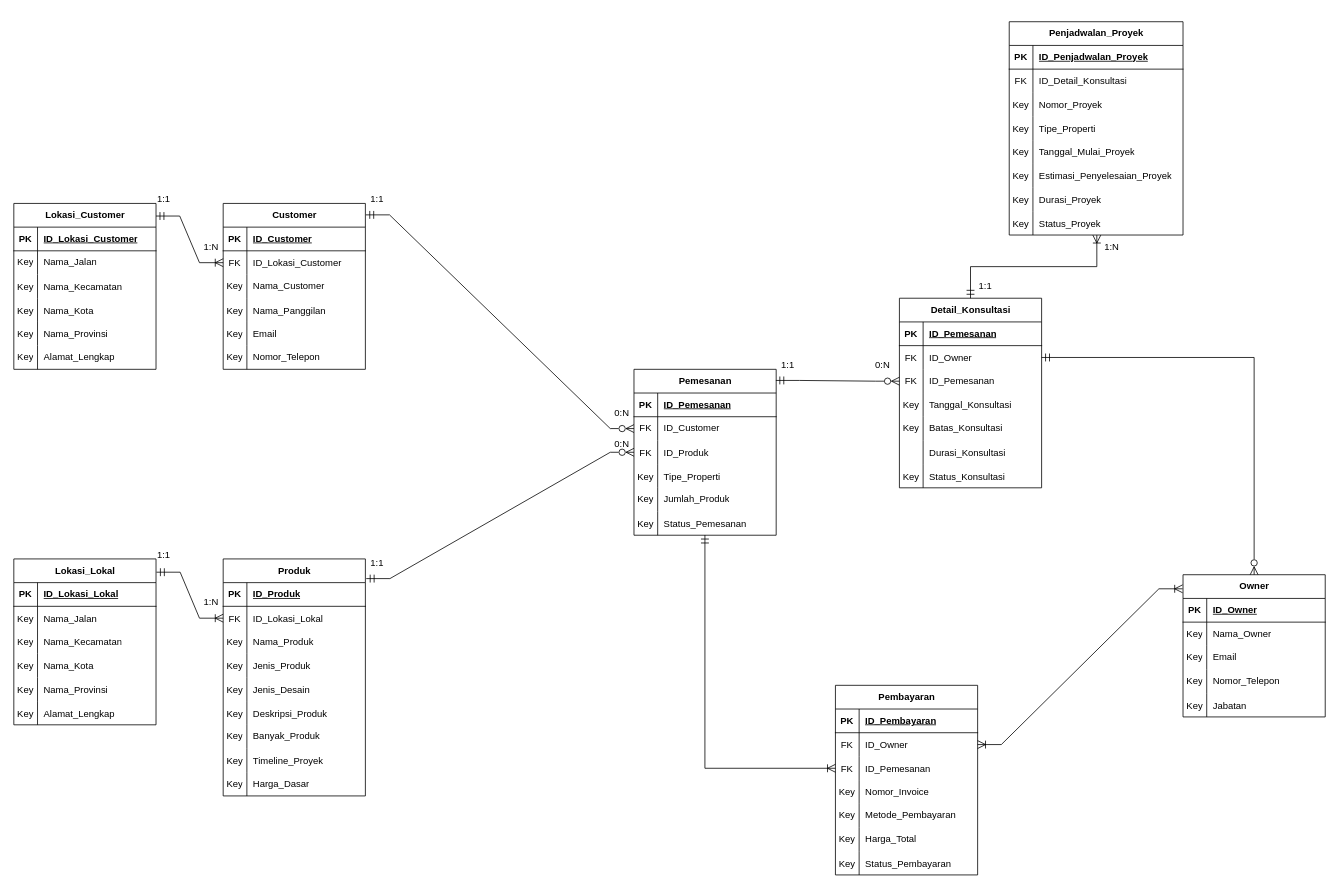
Before: sistem-kitchen-set-interior.drawio in King-Ag-Jv/Project-Atrem, a draw.io diagram. Source tidied: cells renumbered, new cells numbered last; positions are measured from the earlier drawing's top-left corner, leaving out a move shared by most shapes. Both pictures are drawn from the tidied source at 79%, with x=0, y=0 at pixel (13, 21).
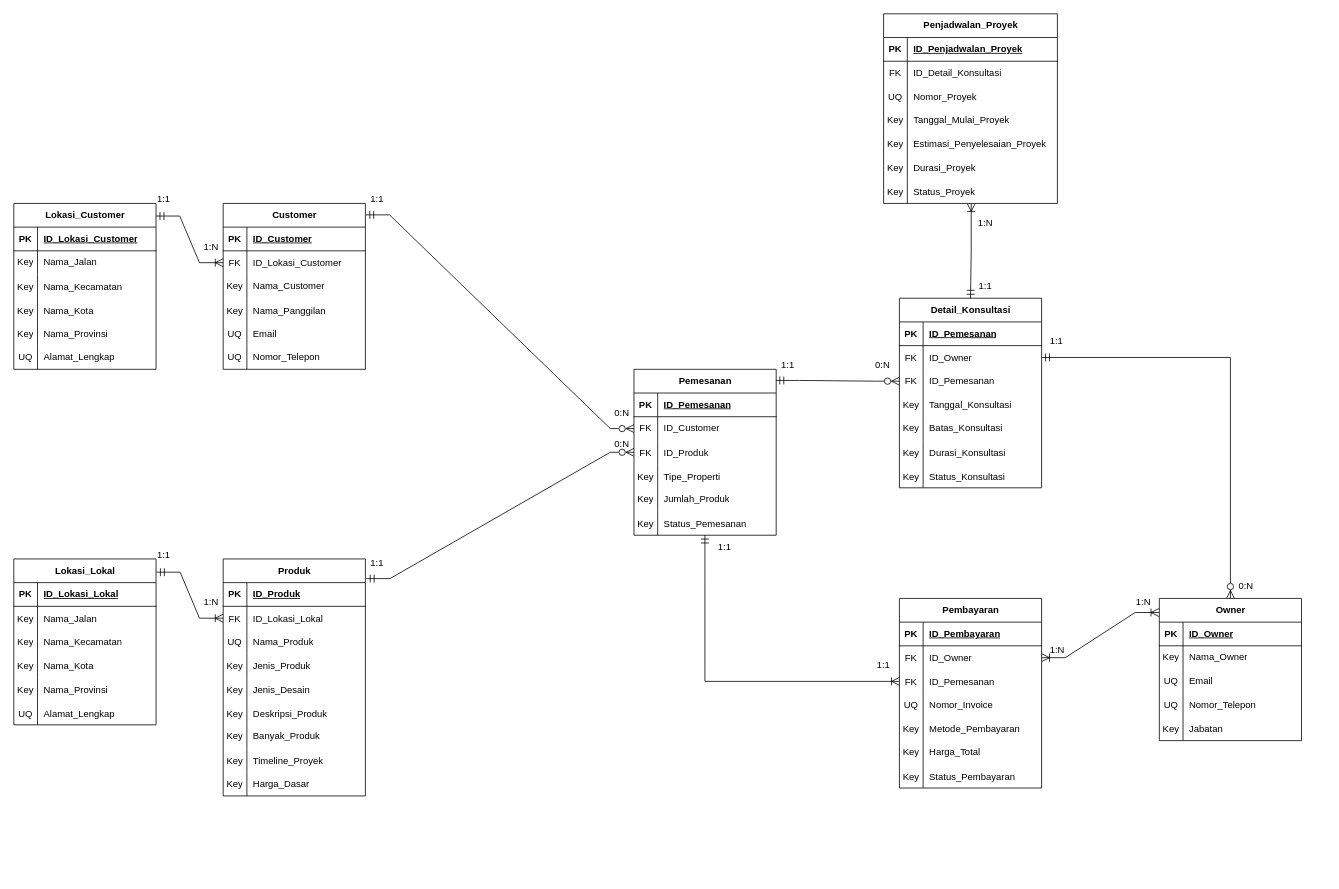
The same diagram, later.

The change refers to these unchanged cells:
```xml
<mxCell id="9" style="shape=tableRow;horizontal=0;startSize=0;swimlaneHead=0;swimlaneBody=0;fillColor=none;top=0;left=0;right=0;bottom=0;" parent="2" vertex="1">
  <mxGeometry y="90" width="180" height="30" as="geometry" />
</mxCell>
<mxCell id="43" style="shape=tableRow;horizontal=0;startSize=0;swimlaneHead=0;swimlaneBody=0;fillColor=none;top=0;left=0;right=0;bottom=0;" parent="30" vertex="1">
  <mxGeometry y="150" width="180" height="30" as="geometry" />
</mxCell>
<mxCell id="46" style="shape=tableRow;horizontal=0;startSize=0;swimlaneHead=0;swimlaneBody=0;fillColor=none;top=0;left=0;right=0;bottom=0;" parent="30" vertex="1">
  <mxGeometry y="180" width="180" height="30" as="geometry" />
</mxCell>
<mxCell id="56" style="shape=tableRow;horizontal=0;startSize=0;swimlaneHead=0;swimlaneBody=0;fillColor=none;top=0;left=0;right=0;bottom=0;" parent="49" vertex="1">
  <mxGeometry y="90" width="180" height="30" as="geometry" />
</mxCell>
<mxCell id="59" style="shape=tableRow;horizontal=0;startSize=0;swimlaneHead=0;swimlaneBody=0;fillColor=none;top=0;left=0;right=0;bottom=0;" parent="49" vertex="1">
  <mxGeometry y="120" width="180" height="30" as="geometry" />
</mxCell>
<mxCell id="75" style="shape=tableRow;horizontal=0;startSize=0;swimlaneHead=0;swimlaneBody=0;fillColor=none;top=0;left=0;right=0;bottom=0;" parent="65" vertex="1">
  <mxGeometry y="120" width="180" height="30" as="geometry" />
</mxCell>
<mxCell id="94" style="shape=tableRow;horizontal=0;startSize=0;swimlaneHead=0;swimlaneBody=0;fillColor=none;top=0;left=0;right=0;bottom=0;" parent="87" vertex="1">
  <mxGeometry y="90" width="220" height="30" as="geometry" />
</mxCell>
<mxCell id="147" style="shape=tableRow;horizontal=0;startSize=0;swimlaneHead=0;swimlaneBody=0;fillColor=none;top=0;left=0;right=0;bottom=0;" parent="131" vertex="1">
  <mxGeometry y="180" width="180" height="30" as="geometry" />
</mxCell>
<mxCell id="170" style="shape=tableRow;horizontal=0;startSize=0;swimlaneHead=0;swimlaneBody=0;fillColor=none;top=0;left=0;right=0;bottom=0;" parent="154" vertex="1">
  <mxGeometry y="180" width="180" height="30" as="geometry" />
</mxCell>
<mxCell id="191" style="shape=tableRow;horizontal=0;startSize=0;swimlaneHead=0;swimlaneBody=0;fillColor=none;top=0;left=0;right=0;bottom=0;" parent="175" vertex="1">
  <mxGeometry y="180" width="180" height="30" as="geometry" />
</mxCell>
```

The edit, as a diff of the source:
```diff
@@
-    <mxCell id="10" value="Key" style="shape=partialRectangle;fillColor=none;top=0;left=0;bottom=0;right=0;overflow=hidden;whiteSpace=wrap;html=1;" parent="9" vertex="1">
+    <mxCell id="10" value="UQ" style="shape=partialRectangle;fillColor=none;top=0;left=0;bottom=0;right=0;overflow=hidden;whiteSpace=wrap;html=1;" parent="9" vertex="1">
       <mxGeometry width="30" height="30" as="geometry" />
     </mxCell>
@@
-    <mxCell id="44" value="Key" style="shape=partialRectangle;fillColor=none;top=0;left=0;bottom=0;right=0;overflow=hidden;whiteSpace=wrap;html=1;" parent="43" vertex="1">
+    <mxCell id="44" value="UQ" style="shape=partialRectangle;fillColor=none;top=0;left=0;bottom=0;right=0;overflow=hidden;whiteSpace=wrap;html=1;" parent="43" vertex="1">
       <mxGeometry width="30" height="30" as="geometry" />
     </mxCell>
@@
-    <mxCell id="47" value="Key" style="shape=partialRectangle;fillColor=none;top=0;left=0;bottom=0;right=0;overflow=hidden;whiteSpace=wrap;html=1;" parent="46" vertex="1">
+    <mxCell id="47" value="UQ" style="shape=partialRectangle;fillColor=none;top=0;left=0;bottom=0;right=0;overflow=hidden;whiteSpace=wrap;html=1;" parent="46" vertex="1">
       <mxGeometry width="30" height="30" as="geometry" />
     </mxCell>
@@
     <mxCell id="49" value="Owner" style="shape=table;startSize=30;childLayout=tableLayout;rowLines=0;fontStyle=1;align=center;html=1;" parent="1" vertex="1">
-      <mxGeometry x="1480" y="700" width="180" height="180" as="geometry" />
+      <mxGeometry x="1450" y="730" width="180" height="180" as="geometry" />
     </mxCell>
@@
-    <mxCell id="57" value="Key" style="shape=partialRectangle;fillColor=none;top=0;left=0;bottom=0;right=0;overflow=hidden;whiteSpace=wrap;html=1;" parent="56" vertex="1">
+    <mxCell id="57" value="UQ" style="shape=partialRectangle;fillColor=none;top=0;left=0;bottom=0;right=0;overflow=hidden;whiteSpace=wrap;html=1;" parent="56" vertex="1">
       <mxGeometry width="30" height="30" as="geometry" />
     </mxCell>
@@
-    <mxCell id="60" value="Key" style="shape=partialRectangle;fillColor=none;top=0;left=0;bottom=0;right=0;overflow=hidden;whiteSpace=wrap;html=1;" parent="59" vertex="1">
+    <mxCell id="60" value="UQ" style="shape=partialRectangle;fillColor=none;top=0;left=0;bottom=0;right=0;overflow=hidden;whiteSpace=wrap;html=1;" parent="59" vertex="1">
       <mxGeometry width="30" height="30" as="geometry" />
     </mxCell>
@@
     <mxCell id="65" value="Pembayaran" style="shape=table;startSize=30;childLayout=tableLayout;rowLines=0;fontStyle=1;align=center;html=1;" parent="1" vertex="1">
-      <mxGeometry x="1040" y="840" width="180" height="240" as="geometry" />
+      <mxGeometry x="1121" y="730" width="180" height="240" as="geometry" />
     </mxCell>
@@
-    <mxCell id="76" value="Key" style="shape=partialRectangle;fillColor=none;top=0;left=0;bottom=0;right=0;overflow=hidden;whiteSpace=wrap;html=1;" parent="75" vertex="1">
+    <mxCell id="76" value="UQ" style="shape=partialRectangle;fillColor=none;top=0;left=0;bottom=0;right=0;overflow=hidden;whiteSpace=wrap;html=1;" parent="75" vertex="1">
       <mxGeometry width="30" height="30" as="geometry" />
     </mxCell>
@@
     <mxCell id="87" value="Penjadwalan_Proyek" style="shape=table;startSize=30;childLayout=tableLayout;rowLines=0;fontStyle=1;align=center;html=1;" parent="1" vertex="1">
-      <mxGeometry x="1260" width="220" height="270" as="geometry" />
+      <mxGeometry x="1101" y="-10" width="220" height="240" as="geometry" />
     </mxCell>
@@
-    <mxCell id="95" value="Key" style="shape=partialRectangle;fillColor=none;top=0;left=0;bottom=0;right=0;overflow=hidden;" parent="94" vertex="1">
+    <mxCell id="95" value="UQ" style="shape=partialRectangle;fillColor=none;top=0;left=0;bottom=0;right=0;overflow=hidden;" parent="94" vertex="1">
       <mxGeometry width="30" height="30" as="geometry" />
     </mxCell>
@@
-    <mxCell id="97" style="shape=tableRow;horizontal=0;startSize=0;swimlaneHead=0;swimlaneBody=0;fillColor=none;top=0;left=0;right=0;bottom=0;" parent="87" vertex="1">
-      <mxGeometry y="120" width="220" height="30" as="geometry" />
-    </mxCell>
-    <mxCell id="98" value="Key" style="shape=partialRectangle;fillColor=none;top=0;left=0;bottom=0;right=0;overflow=hidden;" parent="97" vertex="1">
-      <mxGeometry width="30" height="30" as="geometry" />
-    </mxCell>
-    <mxCell id="99" value="Tipe_Properti" style="shape=partialRectangle;fillColor=none;top=0;left=0;bottom=0;right=0;align=left;spacingLeft=6;overflow=hidden;" parent="97" vertex="1">
-      <mxGeometry x="30" width="190" height="30" as="geometry" />
-    </mxCell>
     <mxCell id="100" style="shape=tableRow;horizontal=0;startSize=0;swimlaneHead=0;swimlaneBody=0;fillColor=none;top=0;left=0;right=0;bottom=0;" parent="87" vertex="1">
-      <mxGeometry y="150" width="220" height="30" as="geometry" />
+      <mxGeometry y="120" width="220" height="30" as="geometry" />
     </mxCell>
@@
     <mxCell id="103" style="shape=tableRow;horizontal=0;startSize=0;swimlaneHead=0;swimlaneBody=0;fillColor=none;top=0;left=0;right=0;bottom=0;" parent="87" vertex="1">
-      <mxGeometry y="180" width="220" height="30" as="geometry" />
+      <mxGeometry y="150" width="220" height="30" as="geometry" />
     </mxCell>
@@
     <mxCell id="106" style="shape=tableRow;horizontal=0;startSize=0;swimlaneHead=0;swimlaneBody=0;fillColor=none;top=0;left=0;right=0;bottom=0;" parent="87" vertex="1">
-      <mxGeometry y="210" width="220" height="30" as="geometry" />
+      <mxGeometry y="180" width="220" height="30" as="geometry" />
     </mxCell>
@@
     <mxCell id="109" style="shape=tableRow;horizontal=0;startSize=0;swimlaneHead=0;swimlaneBody=0;fillColor=none;points=[[0,0.5],[1,0.5]];portConstraint=eastwest;top=0;left=0;right=0;bottom=0;" parent="87" vertex="1">
-      <mxGeometry y="240" width="220" height="30" as="geometry" />
+      <mxGeometry y="210" width="220" height="30" as="geometry" />
     </mxCell>
@@
-    <mxCell id="148" style="shape=partialRectangle;fillColor=none;top=0;left=0;bottom=0;right=0;overflow=hidden;" parent="147" vertex="1">
+    <mxCell id="148" value="Key" style="shape=partialRectangle;fillColor=none;top=0;left=0;bottom=0;right=0;overflow=hidden;" parent="147" vertex="1">
       <mxGeometry width="30" height="30" as="geometry" />
     </mxCell>
@@
-    <mxCell id="171" value="Key" style="shape=partialRectangle;fillColor=none;top=0;left=0;bottom=0;right=0;overflow=hidden;" parent="170" vertex="1">
+    <mxCell id="171" value="UQ" style="shape=partialRectangle;fillColor=none;top=0;left=0;bottom=0;right=0;overflow=hidden;" parent="170" vertex="1">
       <mxGeometry width="30" height="30" as="geometry" />
     </mxCell>
@@
-    <mxCell id="192" value="Key" style="shape=partialRectangle;fillColor=none;top=0;left=0;bottom=0;right=0;overflow=hidden;whiteSpace=wrap;html=1;" parent="191" vertex="1">
+    <mxCell id="192" value="UQ" style="shape=partialRectangle;fillColor=none;top=0;left=0;bottom=0;right=0;overflow=hidden;whiteSpace=wrap;html=1;" parent="191" vertex="1">
       <mxGeometry width="30" height="30" as="geometry" />
     </mxCell>
@@
     <mxCell id="211" value="1:N" style="text;html=1;whiteSpace=wrap;strokeColor=none;fillColor=none;align=center;verticalAlign=middle;rounded=0;" parent="1" vertex="1">
-      <mxGeometry x="1360" y="270" width="60" height="30" as="geometry" />
+      <mxGeometry x="1200" y="240" width="60" height="30" as="geometry" />
     </mxCell>
+    <mxCell id="212" value="1:1" style="text;html=1;whiteSpace=wrap;strokeColor=none;fillColor=none;align=center;verticalAlign=middle;rounded=0;" parent="1" vertex="1">
+      <mxGeometry x="870" y="650" width="60" height="30" as="geometry" />
+    </mxCell>
+    <mxCell id="213" value="1:1" style="text;html=1;whiteSpace=wrap;strokeColor=none;fillColor=none;align=center;verticalAlign=middle;rounded=0;" parent="1" vertex="1">
+      <mxGeometry x="1071" y="800" width="60" height="30" as="geometry" />
+    </mxCell>
+    <mxCell id="214" value="1:N" style="text;html=1;whiteSpace=wrap;strokeColor=none;fillColor=none;align=center;verticalAlign=middle;rounded=0;" parent="1" vertex="1">
+      <mxGeometry x="1291" y="780" width="60" height="30" as="geometry" />
+    </mxCell>
+    <mxCell id="215" value="1:N" style="text;html=1;whiteSpace=wrap;strokeColor=none;fillColor=none;align=center;verticalAlign=middle;rounded=0;" parent="1" vertex="1">
+      <mxGeometry x="1400" y="720" width="60" height="30" as="geometry" />
+    </mxCell>
+    <mxCell id="216" value="0&lt;span style=&quot;background-color: transparent; color: light-dark(rgb(0, 0, 0), rgb(255, 255, 255));&quot;&gt;:N&lt;/span&gt;" style="text;html=1;whiteSpace=wrap;strokeColor=none;fillColor=none;align=center;verticalAlign=middle;rounded=0;" parent="1" vertex="1">
+      <mxGeometry x="1530" y="700" width="60" height="30" as="geometry" />
+    </mxCell>
+    <mxCell id="217" value="1:1" style="text;html=1;whiteSpace=wrap;strokeColor=none;fillColor=none;align=center;verticalAlign=middle;rounded=0;" parent="1" vertex="1">
+      <mxGeometry x="1290" y="390" width="60" height="30" as="geometry" />
+    </mxCell>
```
